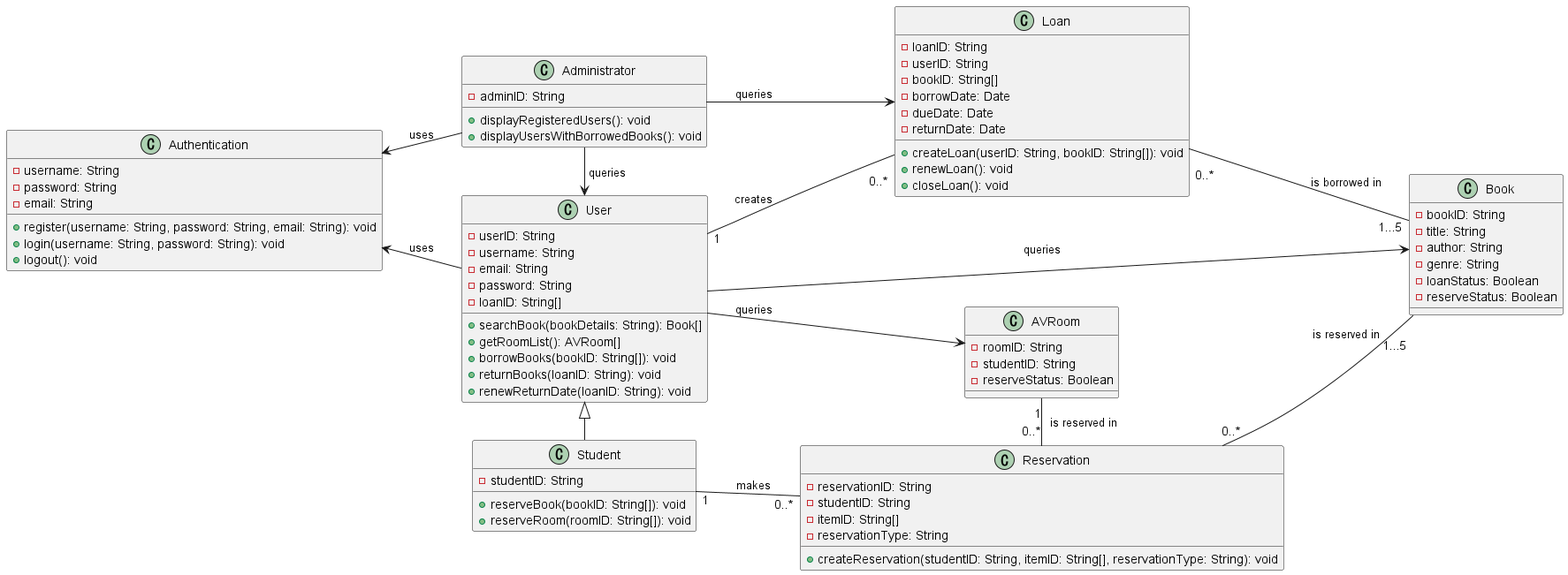
Earlier version of the PlantUML export src/PNG/class.png (zuzu2307/Final_UML).
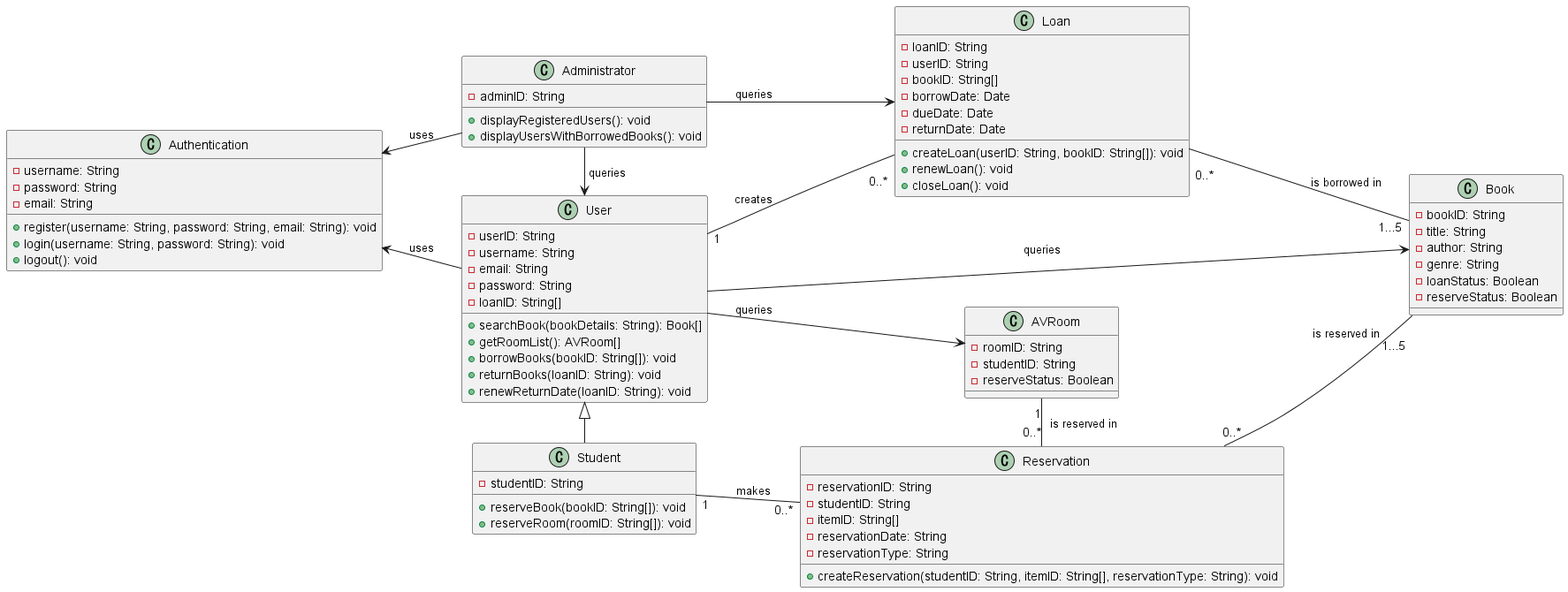
After the commit.

Commit message:
fix reserve Date

Change to the diagram source:
```diff
@@ -60,6 +60,7 @@
     -reservationID: String
     -studentID: String
     -itemID: String[]
+    -reservationDate: String
     -reservationType: String
     +createReservation(studentID: String, itemID: String[], reservationType: String): void
 }
```
